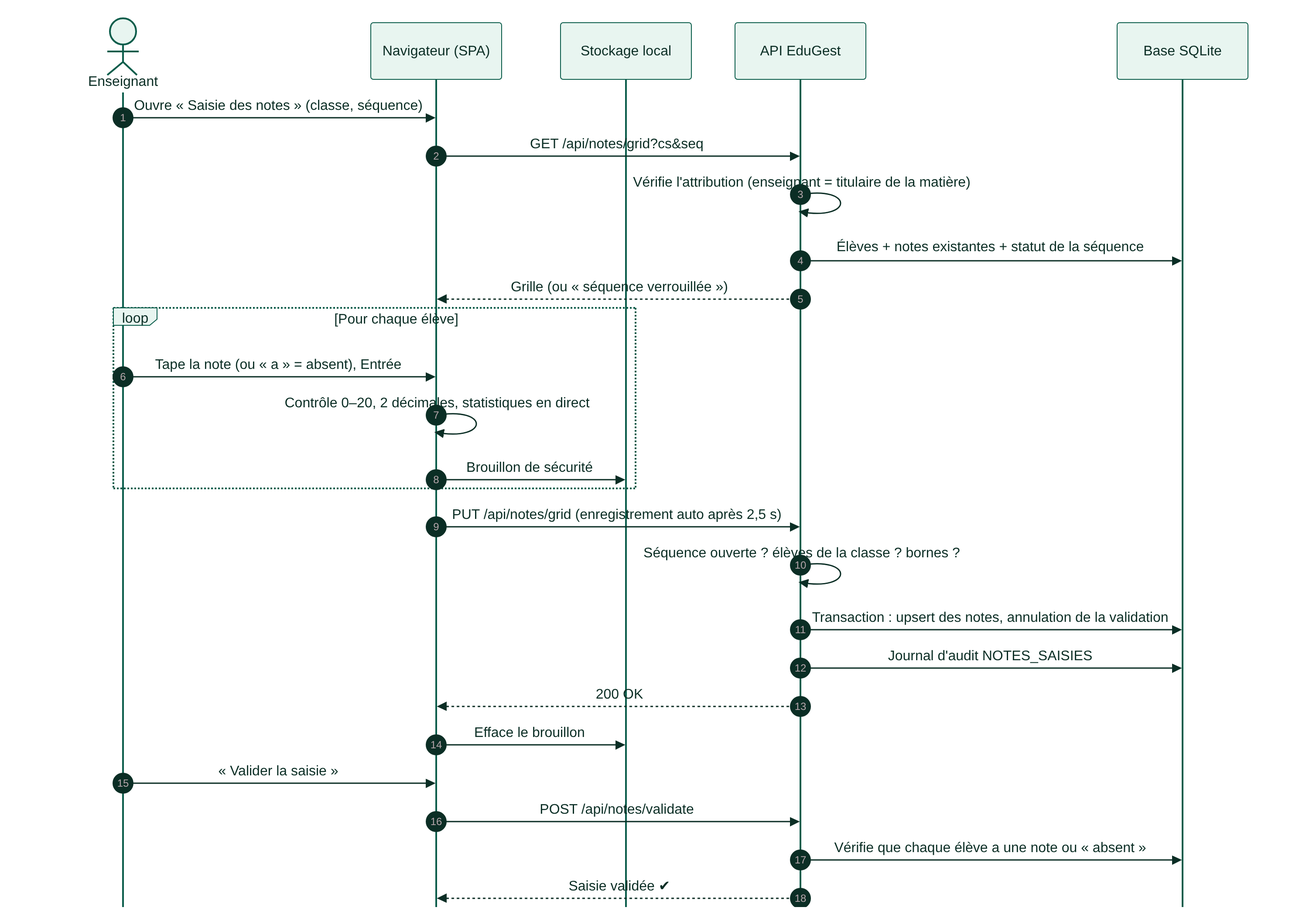
Above: docs/uml/05_seq_saisie_notes.png in ANDJE30/MY_WORLD (Mermaid), before the change. Its source is kept beside it as docs/uml/05_seq_saisie_notes.mmd.
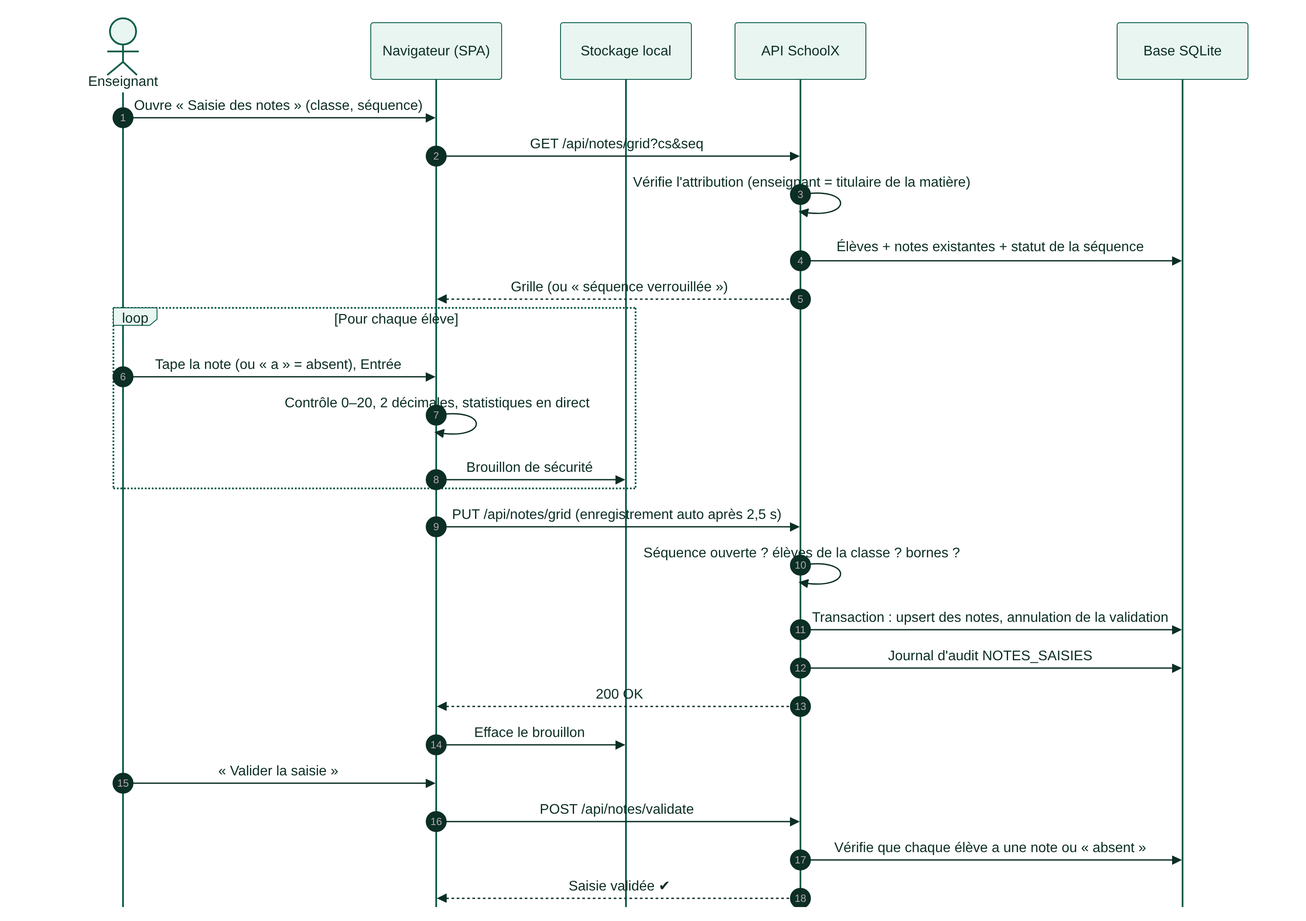
The same diagram one commit later.

Diff of the diagram source:
```diff
@@ -3,7 +3,7 @@
   actor E as Enseignant
   participant N as Navigateur (SPA)
   participant L as Stockage local
-  participant API as API EduGest
+  participant API as API SchoolX
   participant DB as Base SQLite
   E->>N: Ouvre « Saisie des notes » (classe, séquence)
   N->>API: GET /api/notes/grid?cs&seq
```
